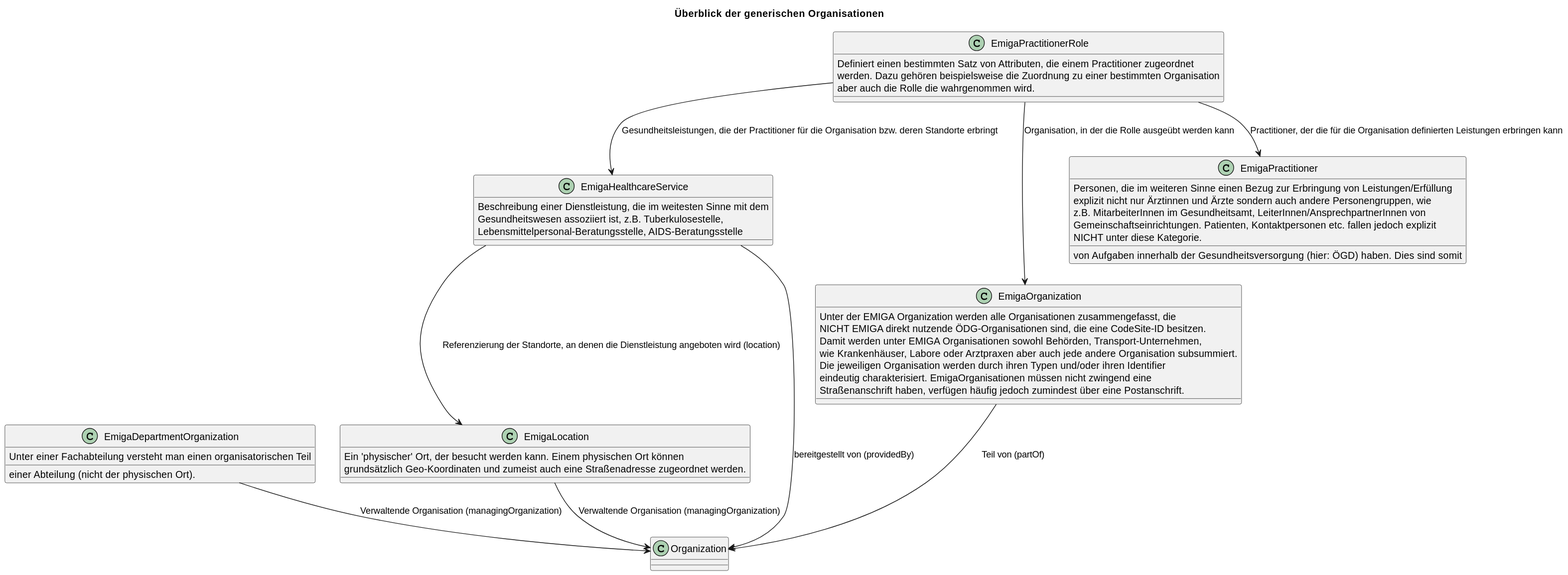
robert-koch-institut/rki.emiga.vzd keeps this PlantUML diagram as rki.emiga.vzd/guides/implementationguides.vzd/PlantUML/SVGs/GenericOrganizationOverview.svg. Above is the earlier version.
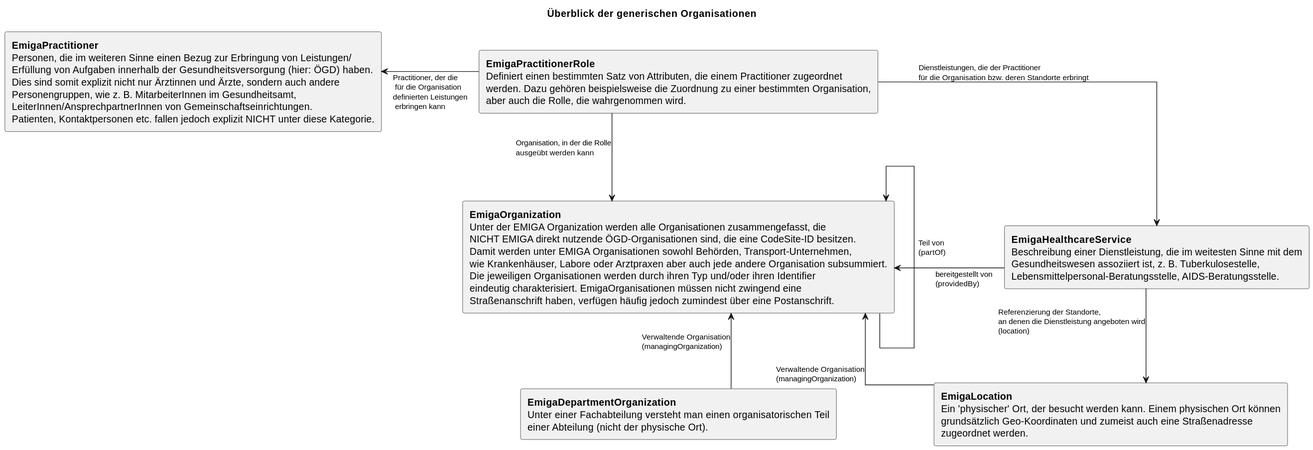
After the change.

Diff of the diagram source:
```diff
@@ -1,51 +1,55 @@
 @startuml
 title Überblick der generischen Organisationen
 
-class EmigaDepartmentOrganization{
-Unter einer Fachabteilung versteht man einen organisatorischen Teil
-einer Abteilung (nicht der physischen Ort).
-}
-class EmigaHealthcareService{
-Beschreibung einer Dienstleistung, die im weitesten Sinne mit dem
-Gesundheitswesen assoziiert ist, z.B. Tuberkulosestelle,
-Lebensmittelpersonal-Beratungsstelle, AIDS-Beratungsstelle
-}
-class EmigaLocation{
-Ein 'physischer' Ort, der besucht werden kann. Einem physischen Ort können
-grundsätzlich Geo-Koordinaten und zumeist auch eine Straßenadresse zugeordnet werden.
-}
-class EmigaOrganization{
-Unter der EMIGA Organization werden alle Organisationen zusammengefasst, die
-NICHT EMIGA direkt nutzende ÖDG-Organisationen sind, die eine CodeSite-ID besitzen.
-Damit werden unter EMIGA Organisationen sowohl Behörden, Transport-Unternehmen,
-wie Krankenhäuser, Labore oder Arztpraxen aber auch jede andere Organisation subsummiert.
-Die jeweiligen Organisation werden durch ihren Typen und/oder ihren Identifier
-eindeutig charakterisiert. EmigaOrganisationen müssen nicht zwingend eine
-Straßenanschrift haben, verfügen häufig jedoch zumindest über eine Postanschrift.
-}
-class EmigaPractitioner{
-Personen, die im weiteren Sinne einen Bezug zur Erbringung von Leistungen/Erfüllung
-von Aufgaben innerhalb der Gesundheitsversorgung (hier: ÖGD) haben. Dies sind somit
-explizit nicht nur Ärztinnen und Ärzte sondern auch andere Personengruppen, wie
-z.B. MitarbeiterInnen im Gesundheitsamt, LeiterInnen/AnsprechpartnerInnen von
-Gemeinschaftseinrichtungen. Patienten, Kontaktpersonen etc. fallen jedoch explizit
-NICHT unter diese Kategorie.
-}
-class EmigaPractitionerRole{
-Definiert einen bestimmten Satz von Attributen, die einem Practitioner zugeordnet
-werden. Dazu gehören beispielsweise die Zuordnung zu einer bestimmten Organisation
-aber auch die Rolle die wahrgenommen wird.
-}
+top to bottom direction
 
-EmigaPractitionerRole --> EmigaOrganization : Organisation, in der die Rolle ausgeübt werden kann
-EmigaPractitionerRole --> EmigaPractitioner : Practitioner, der die für die Organisation definierten Leistungen erbringen kann
-EmigaPractitionerRole --> EmigaHealthcareService : Gesundheitsleistungen, die der Practitioner für die Organisation bzw. deren Standorte erbringt
+skinparam shadowing false
+skinparam linetype ortho
+skinparam defaultTextAlignment left
+skinparam ArrowFontSize 11
 
-EmigaOrganization --> Organization: Teil von (partOf)
-EmigaLocation --> Organization : Verwaltende Organisation (managingOrganization)
+skinparam nodesep 140
+skinparam ranksep 100
 
-EmigaHealthcareService --> Organization: bereitgestellt von (providedBy)
-EmigaHealthcareService --> EmigaLocation: Referenzierung der Standorte, an denen die Dienstleistung angeboten wird (location)
 
-EmigaDepartmentOrganization --> Organization: Verwaltende Organisation (managingOrganization)
+rectangle "**EmigaDepartmentOrganization**\nUnter einer Fachabteilung versteht man einen organisatorischen Teil\neiner Abteilung (nicht der physische Ort)." as EmigaDepartmentOrganization
+
+rectangle "**EmigaHealthcareService**\nBeschreibung einer Dienstleistung, die im weitesten Sinne mit dem\nGesundheitswesen assoziiert ist, z. B. Tuberkulosestelle,\nLebensmittelpersonal-Beratungsstelle, AIDS-Beratungsstelle." as EmigaHealthcareService
+
+rectangle "**EmigaLocation**\nEin 'physischer' Ort, der besucht werden kann. Einem physischen Ort können\ngrundsätzlich Geo-Koordinaten und zumeist auch eine Straßenadresse\nzugeordnet werden." as EmigaLocation
+
+rectangle "**EmigaOrganization**\nUnter der EMIGA Organization werden alle Organisationen zusammengefasst, die\nNICHT EMIGA direkt nutzende ÖGD-Organisationen sind, die eine CodeSite-ID besitzen.\nDamit werden unter EMIGA Organisationen sowohl Behörden, Transport-Unternehmen,\nwie Krankenhäuser, Labore oder Arztpraxen aber auch jede andere Organisation subsummiert.\nDie jeweiligen Organisationen werden durch ihren Typ und/oder ihren Identifier\neindeutig charakterisiert. EmigaOrganisationen müssen nicht zwingend eine\nStraßenanschrift haben, verfügen häufig jedoch zumindest über eine Postanschrift." as EmigaOrganization
+
+rectangle "**EmigaPractitioner**\nPersonen, die im weiteren Sinne einen Bezug zur Erbringung von Leistungen/\nErfüllung von Aufgaben innerhalb der Gesundheitsversorgung (hier: ÖGD) haben.\nDies sind somit explizit nicht nur Ärztinnen und Ärzte, sondern auch andere\nPersonengruppen, wie z. B. MitarbeiterInnen im Gesundheitsamt,\nLeiterInnen/AnsprechpartnerInnen von Gemeinschaftseinrichtungen.\nPatienten, Kontaktpersonen etc. fallen jedoch explizit NICHT unter diese Kategorie." as EmigaPractitioner
+
+rectangle "**EmigaPractitionerRole**\nDefiniert einen bestimmten Satz von Attributen, die einem Practitioner zugeordnet\nwerden. Dazu gehören beispielsweise die Zuordnung zu einer bestimmten Organisation,\naber auch die Rolle, die wahrgenommen wird." as EmigaPractitionerRole
+
+
+
+EmigaPractitioner -[hidden]right- EmigaPractitionerRole
+
+EmigaDepartmentOrganization -[hidden]right- EmigaOrganization
+EmigaOrganization -[hidden]right- EmigaHealthcareService
+
+EmigaOrganization -[hidden]down- EmigaLocation
+
+EmigaPractitionerRole -[hidden]down- EmigaOrganization
+
+
+
+EmigaPractitionerRole -down-> EmigaOrganization : Organisation, in der die Rolle\nausgeübt werden kann
+
+EmigaPractitionerRole -left-> EmigaPractitioner : Practitioner, der die\n für die Organisation\ndefinierten Leistungen\n erbringen kann
+
+EmigaPractitionerRole -right-> EmigaHealthcareService : Dienstleistungen, die der Practitioner\nfür die Organisation bzw. deren Standorte erbringt
+
+EmigaOrganization -left-> EmigaOrganization : Teil von\n(partOf)
+
+EmigaLocation -up-> EmigaOrganization : Verwaltende Organisation\n(managingOrganization)
+
+EmigaHealthcareService -left-> EmigaOrganization : bereitgestellt von\n(providedBy)
+
+EmigaHealthcareService -down-> EmigaLocation : Referenzierung der Standorte,\nan denen die Dienstleistung angeboten wird\n(location)
+
+EmigaDepartmentOrganization -up-> EmigaOrganization : Verwaltende Organisation\n(managingOrganization)
 @enduml
```
